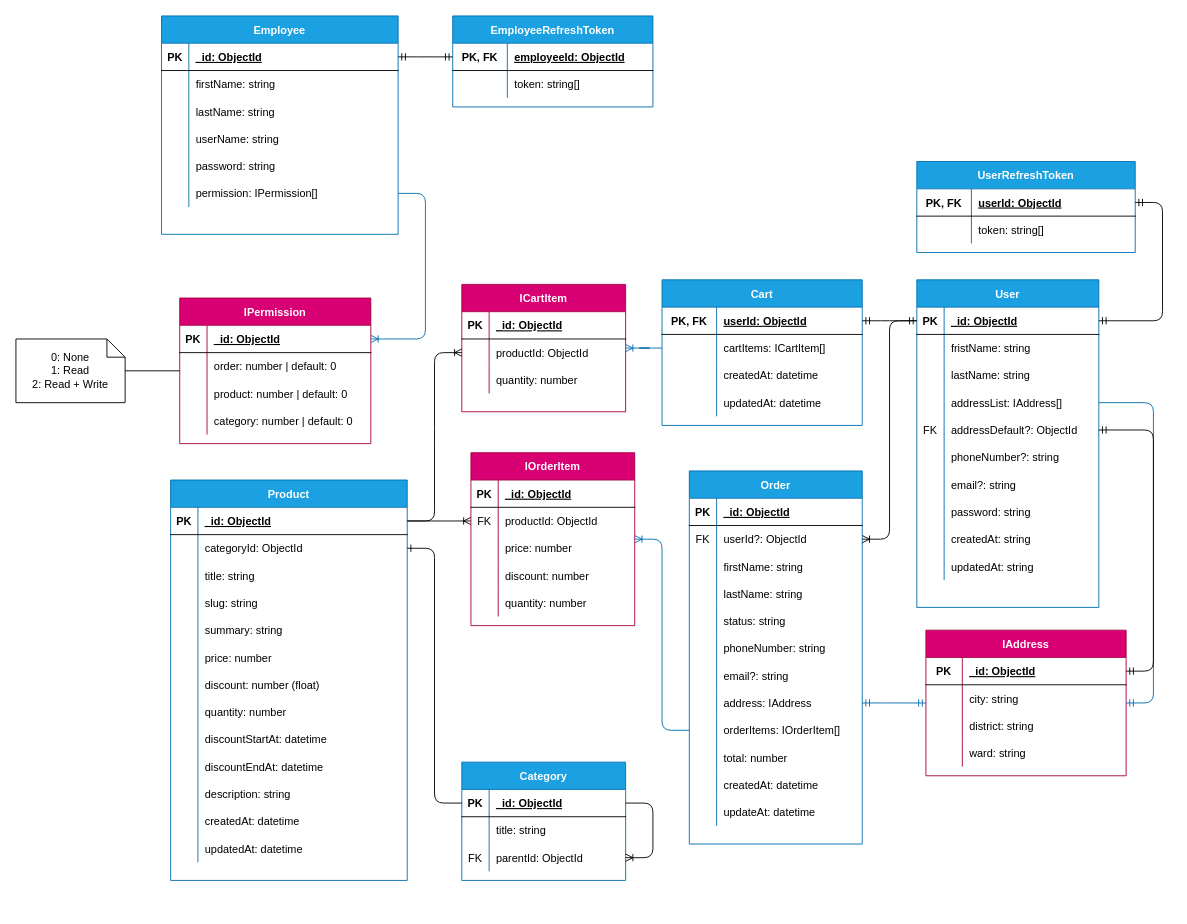
ryanvdev/lapis_store keeps this draw.io diagram as design/db/lapis_store_db.drawio. Above is the earlier version. Source tidied: cells renumbered, new cells numbered last; positions are measured from the earlier drawing's top-left corner, leaving out a move shared by most shapes. Both pictures are drawn from the tidied source at 91%, with x=0, y=0 at pixel (15, 15).
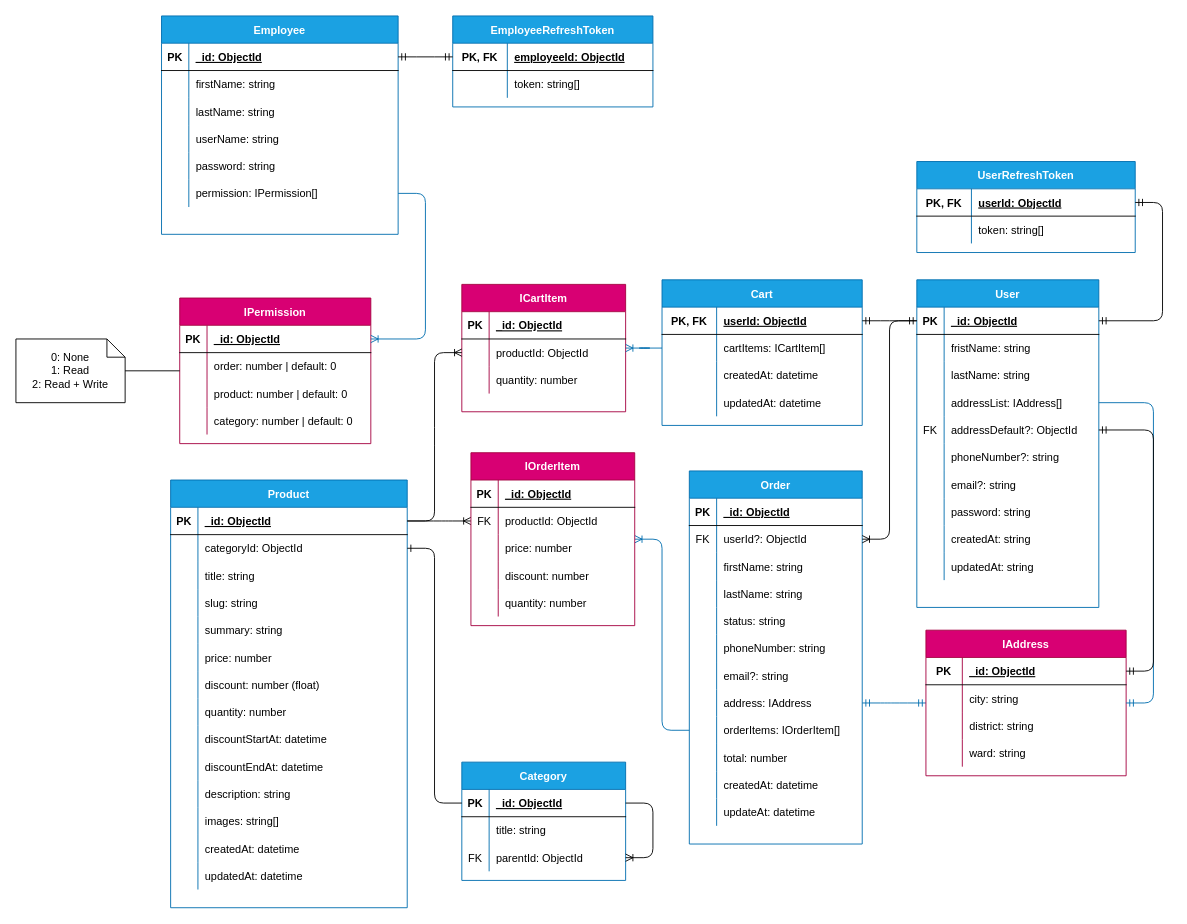
The same page after the edit.

The edit, as a diff of the source:
```diff
@@
     <mxCell id="2" value="Product" style="shape=table;startSize=30;childLayout=tableLayout;rowLines=0;fontStyle=1;align=center;fillColor=#1ba1e2;fontColor=#ffffff;strokeColor=#006EAF;swimlaneFillColor=default;" parent="1" vertex="1">
-      <mxGeometry x="170" y="510" width="260" height="440" as="geometry" />
+      <mxGeometry x="170" y="510" width="260" height="470" as="geometry" />
     </mxCell>
@@
+    <mxCell id="234" style="shape=partialRectangle;fillColor=none;top=0;left=0;bottom=0;right=0;" parent="2" vertex="1">
+      <mxGeometry y="360" width="260" height="30" as="geometry" />
+    </mxCell>
+    <mxCell id="235" style="shape=partialRectangle;fillColor=none;top=0;left=0;bottom=0;right=0;overflow=hidden;" parent="234" vertex="1">
+      <mxGeometry width="30" height="30" as="geometry" />
+    </mxCell>
+    <mxCell id="236" value="images: string[]" style="shape=partialRectangle;fillColor=none;top=0;left=0;bottom=0;right=0;align=left;spacingLeft=6;overflow=hidden;" parent="234" vertex="1">
+      <mxGeometry x="30" width="230" height="30" as="geometry" />
+    </mxCell>
     <mxCell id="36" style="shape=partialRectangle;fillColor=none;top=0;left=0;bottom=0;right=0;" parent="2" vertex="1">
-      <mxGeometry y="360" width="260" height="30" as="geometry" />
+      <mxGeometry y="390" width="260" height="30" as="geometry" />
     </mxCell>
@@
     <mxCell id="39" style="shape=partialRectangle;fillColor=none;top=0;left=0;bottom=0;right=0;" parent="2" vertex="1">
-      <mxGeometry y="390" width="260" height="30" as="geometry" />
+      <mxGeometry y="420" width="260" height="30" as="geometry" />
     </mxCell>
```
